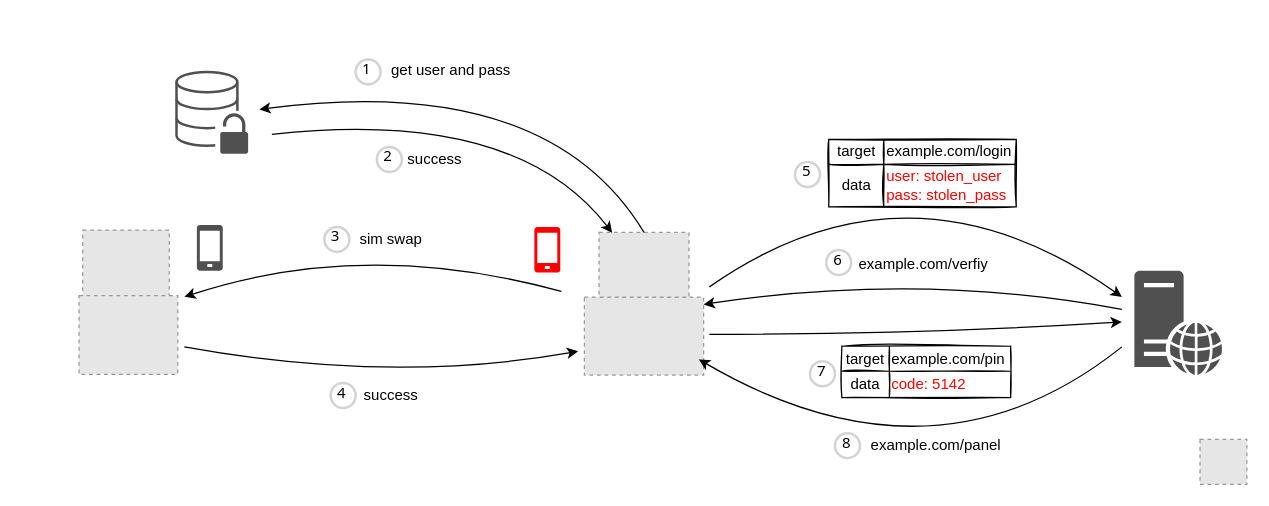
qeeqbox/two-factor-authentication-sim-swapping keeps this draw.io diagram as two-factor-authentication-sim-swapping.drawio. Above is the earlier version. Source tidied: cells renumbered, new cells numbered last; positions are measured from the earlier drawing's top-left corner, leaving out a move shared by most shapes. Both pictures are drawn from the tidied source at 125%, with x=0, y=0 at pixel (21, 21). Pictures stored in the file or linked from it are replaced by grey dashed boxes.
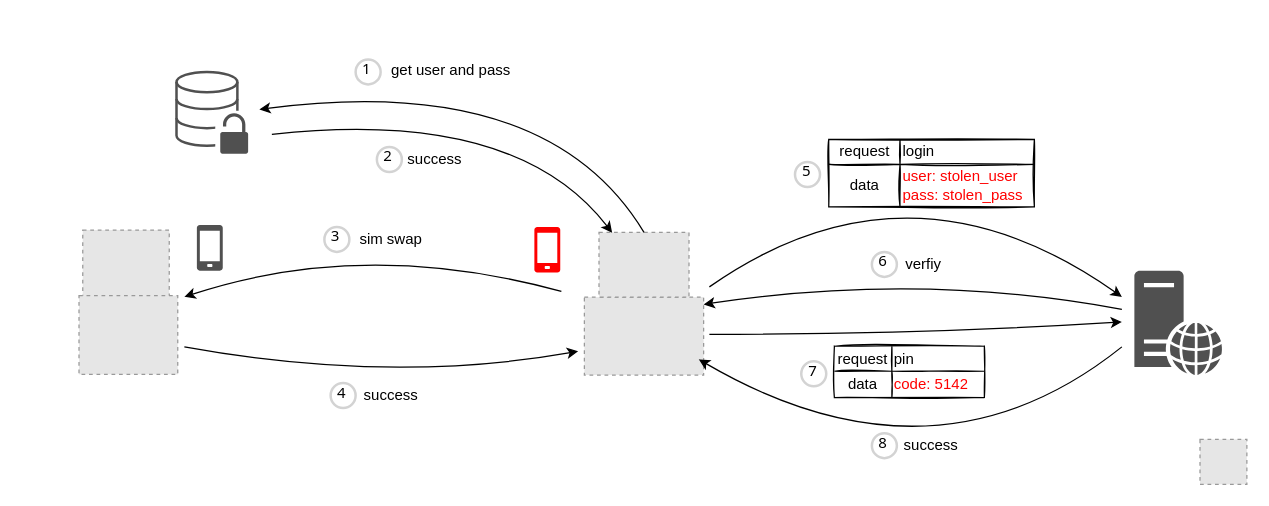
The same diagram, later.

The edit, as a diff of the source:
```diff
@@
-    <mxCell id="9" value="example.com/verfiy" style="text;html=1;align=center;verticalAlign=middle;strokeColor=none;fillColor=none;" parent="1" vertex="1">
-      <mxGeometry x="660.5" y="184" width="120" height="20" as="geometry" />
+    <mxCell id="9" value="verfiy" style="text;html=1;align=center;verticalAlign=middle;strokeColor=none;fillColor=none;" parent="1" vertex="1">
+      <mxGeometry x="700.5" y="184" width="40" height="20" as="geometry" />
     </mxCell>
@@
     <mxCell id="11" style="shape=table;html=1;whiteSpace=wrap;startSize=0;childLayout=tableLayout;align=left;rounded=0;shadow=0;sketch=1;arcSize=0;" parent="1" vertex="1">
-      <mxGeometry x="645.5" y="94" width="150" height="54" as="geometry" />
+      <mxGeometry x="645.5" y="94" width="164.5" height="54" as="geometry" />
     </mxCell>
     <mxCell id="12" style="shape=tableRow;horizontal=0;startSize=0;swimlaneHead=0;swimlaneBody=0;top=0;left=0;bottom=0;right=0;fillColor=none;" parent="11" vertex="1">
-      <mxGeometry width="150" height="20" as="geometry" />
+      <mxGeometry width="164.5" height="20" as="geometry" />
     </mxCell>
-    <mxCell id="13" value="target" style="shape=partialRectangle;html=1;whiteSpace=wrap;fillColor=none;top=0;left=0;bottom=0;right=0;overflow=hidden;" parent="12" vertex="1">
-      <mxGeometry width="44" height="20" as="geometry" />
+    <mxCell id="13" value="request" style="shape=partialRectangle;html=1;whiteSpace=wrap;fillColor=none;top=0;left=0;bottom=0;right=0;overflow=hidden;" parent="12" vertex="1">
+      <mxGeometry width="57" height="20" as="geometry" />
     </mxCell>
-    <mxCell id="14" value="&lt;span style=&quot;text-align: center&quot;&gt;example.com/login&lt;/span&gt;" style="shape=partialRectangle;html=1;whiteSpace=wrap;fillColor=none;top=0;left=0;bottom=0;right=0;overflow=hidden;align=left;" parent="12" vertex="1">
-      <mxGeometry x="44" width="106" height="20" as="geometry" />
+    <mxCell id="14" value="&lt;span style=&quot;text-align: center&quot;&gt;login&lt;/span&gt;" style="shape=partialRectangle;html=1;whiteSpace=wrap;fillColor=none;top=0;left=0;bottom=0;right=0;overflow=hidden;align=left;" parent="12" vertex="1">
+      <mxGeometry x="57" width="108" height="20" as="geometry" />
     </mxCell>
     <mxCell id="15" style="shape=tableRow;horizontal=0;startSize=0;swimlaneHead=0;swimlaneBody=0;top=0;left=0;bottom=0;right=0;fillColor=none;" parent="11" vertex="1">
-      <mxGeometry y="20" width="150" height="34" as="geometry" />
+      <mxGeometry y="20" width="164.5" height="34" as="geometry" />
     </mxCell>
     <mxCell id="16" value="data" style="shape=partialRectangle;html=1;whiteSpace=wrap;fillColor=none;top=0;left=0;bottom=0;right=0;overflow=hidden;" parent="15" vertex="1">
-      <mxGeometry width="44" height="34" as="geometry" />
+      <mxGeometry width="57" height="34" as="geometry" />
     </mxCell>
     <mxCell id="17" value="&lt;font color=&quot;#ff0000&quot;&gt;&lt;span&gt;user: stolen_user&lt;/span&gt;&lt;br&gt;&lt;span&gt;pass: stolen_pass&lt;/span&gt;&lt;/font&gt;" style="shape=partialRectangle;html=1;whiteSpace=wrap;fillColor=none;top=0;left=0;bottom=0;right=0;overflow=hidden;align=left;" parent="15" vertex="1">
-      <mxGeometry x="44" width="106" height="34" as="geometry" />
+      <mxGeometry x="57" width="108" height="34" as="geometry" />
     </mxCell>
     <mxCell id="18" style="shape=table;html=1;whiteSpace=wrap;startSize=0;childLayout=tableLayout;align=left;rounded=0;shadow=0;sketch=1;arcSize=0;" parent="1" vertex="1">
-      <mxGeometry x="656" y="259.5" width="135" height="41" as="geometry" />
+      <mxGeometry x="650" y="259.5" width="120" height="41" as="geometry" />
     </mxCell>
     <mxCell id="19" style="shape=tableRow;horizontal=0;startSize=0;swimlaneHead=0;swimlaneBody=0;top=0;left=0;bottom=0;right=0;fillColor=none;" parent="18" vertex="1">
-      <mxGeometry width="135" height="20" as="geometry" />
+      <mxGeometry width="120" height="20" as="geometry" />
     </mxCell>
-    <mxCell id="20" value="target" style="shape=partialRectangle;html=1;whiteSpace=wrap;fillColor=none;top=0;left=0;bottom=0;right=0;overflow=hidden;" parent="19" vertex="1">
-      <mxGeometry width="38" height="20" as="geometry" />
+    <mxCell id="20" value="request" style="shape=partialRectangle;html=1;whiteSpace=wrap;fillColor=none;top=0;left=0;bottom=0;right=0;overflow=hidden;" parent="19" vertex="1">
+      <mxGeometry width="46" height="20" as="geometry" />
     </mxCell>
-    <mxCell id="21" value="&lt;span style=&quot;text-align: center&quot;&gt;example.com/pin&lt;/span&gt;" style="shape=partialRectangle;html=1;whiteSpace=wrap;fillColor=none;top=0;left=0;bottom=0;right=0;overflow=hidden;align=left;" parent="19" vertex="1">
-      <mxGeometry x="38" width="97" height="20" as="geometry" />
+    <mxCell id="21" value="&lt;span style=&quot;text-align: center&quot;&gt;pin&lt;/span&gt;" style="shape=partialRectangle;html=1;whiteSpace=wrap;fillColor=none;top=0;left=0;bottom=0;right=0;overflow=hidden;align=left;" parent="19" vertex="1">
+      <mxGeometry x="46" width="74" height="20" as="geometry" />
     </mxCell>
     <mxCell id="22" style="shape=tableRow;horizontal=0;startSize=0;swimlaneHead=0;swimlaneBody=0;top=0;left=0;bottom=0;right=0;fillColor=none;" parent="18" vertex="1">
-      <mxGeometry y="20" width="135" height="21" as="geometry" />
+      <mxGeometry y="20" width="120" height="21" as="geometry" />
     </mxCell>
     <mxCell id="23" value="data" style="shape=partialRectangle;html=1;whiteSpace=wrap;fillColor=none;top=0;left=0;bottom=0;right=0;overflow=hidden;" parent="22" vertex="1">
-      <mxGeometry width="38" height="21" as="geometry" />
+      <mxGeometry width="46" height="21" as="geometry" />
     </mxCell>
     <mxCell id="24" value="&lt;span&gt;&lt;font color=&quot;#ff0000&quot;&gt;code: 5142&lt;/font&gt;&lt;/span&gt;" style="shape=partialRectangle;html=1;whiteSpace=wrap;fillColor=none;top=0;left=0;bottom=0;right=0;overflow=hidden;align=left;" parent="22" vertex="1">
-      <mxGeometry x="38" width="97" height="21" as="geometry" />
+      <mxGeometry x="46" width="74" height="21" as="geometry" />
     </mxCell>
@@
     <mxCell id="28" value="6" style="ellipse;whiteSpace=wrap;html=1;strokeWidth=2;fontFamily=Tahoma;spacingBottom=4;spacingRight=2;strokeColor=#d3d3d3;" parent="1" vertex="1">
-      <mxGeometry x="643.5" y="182.5" width="20" height="20" as="geometry" />
+      <mxGeometry x="680" y="184" width="20" height="20" as="geometry" />
     </mxCell>
     <mxCell id="29" value="8" style="ellipse;whiteSpace=wrap;html=1;strokeWidth=2;fontFamily=Tahoma;spacingBottom=4;spacingRight=2;strokeColor=#d3d3d3;" parent="1" vertex="1">
-      <mxGeometry x="650.5" y="329" width="20" height="20" as="geometry" />
+      <mxGeometry x="680" y="329" width="20" height="20" as="geometry" />
     </mxCell>
-    <mxCell id="30" value="example.com/panel" style="text;html=1;align=center;verticalAlign=middle;strokeColor=none;fillColor=none;" parent="1" vertex="1">
-      <mxGeometry x="671" y="329" width="120" height="20" as="geometry" />
+    <mxCell id="30" value="success" style="text;html=1;align=center;verticalAlign=middle;strokeColor=none;fillColor=none;" parent="1" vertex="1">
+      <mxGeometry x="697" y="329" width="60" height="20" as="geometry" />
     </mxCell>
     <mxCell id="31" value="7" style="ellipse;whiteSpace=wrap;html=1;strokeWidth=2;fontFamily=Tahoma;spacingBottom=4;spacingRight=2;strokeColor=#d3d3d3;" parent="1" vertex="1">
-      <mxGeometry x="630.5" y="271.5" width="20" height="20" as="geometry" />
+      <mxGeometry x="623.5" y="271.5" width="20" height="20" as="geometry" />
     </mxCell>
```
